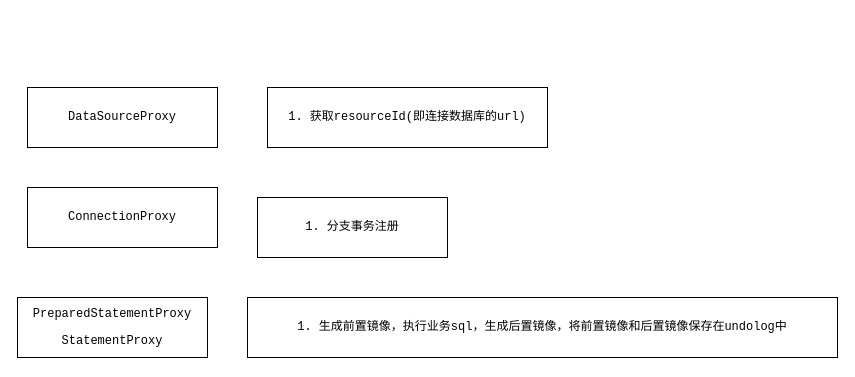
Earlier version of the draw.io diagram seata/数据源代理.drawio (erlieStar/diagrams). Source tidied: cells renumbered, new cells numbered last; positions are measured from the earlier drawing's top-left corner, leaving out a move shared by most shapes. Both pictures are drawn from the tidied source at 100%, with x=0, y=0 at pixel (17, 87).
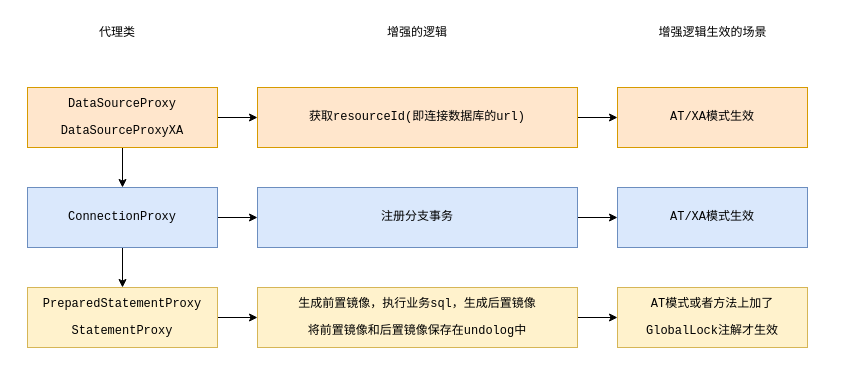
After the change.

Commit message:
Update 数据源代理.drawio

Change to the diagram source:
```diff
@@
+    <mxCell id="8" style="edgeStyle=orthogonalEdgeStyle;rounded=0;jettySize=auto;html=1;exitX=0.5;exitY=1;exitDx=0;exitDy=0;entryX=0.5;entryY=0;entryDx=0;entryDy=0;" parent="1" edge="1" source="2" target="3">
+      <mxGeometry relative="1" as="geometry" />
+    </mxCell>
+    <mxCell id="9" style="edgeStyle=orthogonalEdgeStyle;rounded=0;jettySize=auto;html=1;" parent="1" edge="1" source="2" target="5">
+      <mxGeometry relative="1" as="geometry" />
+    </mxCell>
-    <mxCell id="2" value="&lt;pre&gt;DataSourceProxy&lt;/pre&gt;" style="rounded=0;whiteSpace=wrap;html=1;" parent="1" vertex="1">
+    <mxCell id="2" value="&lt;pre&gt;DataSourceProxy&lt;/pre&gt;&lt;pre&gt;&lt;pre&gt;DataSourceProxyXA&lt;/pre&gt;&lt;/pre&gt;" style="rounded=0;whiteSpace=wrap;html=1;fillColor=#ffe6cc;strokeColor=#d79b00;" parent="1" vertex="1">
       <mxGeometry x="10" width="190" height="60" as="geometry" />
     </mxCell>
+    <mxCell id="10" style="edgeStyle=orthogonalEdgeStyle;rounded=0;jettySize=auto;html=1;exitX=0.5;exitY=1;exitDx=0;exitDy=0;entryX=0.5;entryY=0;entryDx=0;entryDy=0;" parent="1" edge="1" source="3" target="4">
+      <mxGeometry relative="1" as="geometry" />
+    </mxCell>
+    <mxCell id="11" style="edgeStyle=orthogonalEdgeStyle;rounded=0;jettySize=auto;html=1;" parent="1" edge="1" source="3" target="6">
+      <mxGeometry relative="1" as="geometry" />
+    </mxCell>
-    <mxCell id="3" value="&lt;pre&gt;&lt;pre&gt;ConnectionProxy&lt;/pre&gt;&lt;/pre&gt;" style="rounded=0;whiteSpace=wrap;html=1;" parent="1" vertex="1">
+    <mxCell id="3" value="&lt;pre&gt;&lt;pre&gt;ConnectionProxy&lt;/pre&gt;&lt;/pre&gt;" style="rounded=0;whiteSpace=wrap;html=1;fillColor=#dae8fc;strokeColor=#6c8ebf;" parent="1" vertex="1">
       <mxGeometry x="10" y="100" width="190" height="60" as="geometry" />
     </mxCell>
+    <mxCell id="12" style="edgeStyle=orthogonalEdgeStyle;rounded=0;jettySize=auto;html=1;" parent="1" edge="1" source="4" target="7">
+      <mxGeometry relative="1" as="geometry" />
+    </mxCell>
-    <mxCell id="4" value="&lt;pre&gt;&lt;pre&gt;&lt;pre&gt;PreparedStatementProxy&lt;/pre&gt;&lt;pre&gt;&lt;pre&gt;StatementProxy&lt;/pre&gt;&lt;/pre&gt;&lt;/pre&gt;&lt;/pre&gt;" style="rounded=0;whiteSpace=wrap;html=1;" parent="1" vertex="1">
-      <mxGeometry y="210" width="190" height="60" as="geometry" />
+    <mxCell id="4" value="&lt;pre&gt;&lt;pre&gt;&lt;pre&gt;PreparedStatementProxy&lt;/pre&gt;&lt;pre&gt;&lt;pre&gt;StatementProxy&lt;/pre&gt;&lt;/pre&gt;&lt;/pre&gt;&lt;/pre&gt;" style="rounded=0;whiteSpace=wrap;html=1;fillColor=#fff2cc;strokeColor=#d6b656;" parent="1" vertex="1">
+      <mxGeometry x="10" y="200" width="190" height="60" as="geometry" />
     </mxCell>
+    <mxCell id="13" style="edgeStyle=orthogonalEdgeStyle;rounded=0;jettySize=auto;html=1;exitX=1;exitY=0.5;exitDx=0;exitDy=0;entryX=0;entryY=0.5;entryDx=0;entryDy=0;" parent="1" edge="1" source="5" target="16">
+      <mxGeometry relative="1" as="geometry" />
+    </mxCell>
-    <mxCell id="5" value="&lt;pre&gt;1. 获取resourceId(即连接数据库的url)&lt;/pre&gt;" style="rounded=0;whiteSpace=wrap;html=1;" parent="1" vertex="1">
-      <mxGeometry x="250" width="280" height="60" as="geometry" />
+    <mxCell id="5" value="&lt;pre&gt;获取resourceId(即连接数据库的url)&lt;/pre&gt;" style="rounded=0;whiteSpace=wrap;html=1;fillColor=#ffe6cc;strokeColor=#d79b00;" parent="1" vertex="1">
+      <mxGeometry x="240" width="320" height="60" as="geometry" />
     </mxCell>
+    <mxCell id="14" style="edgeStyle=orthogonalEdgeStyle;rounded=0;jettySize=auto;html=1;" parent="1" edge="1" source="6" target="17">
+      <mxGeometry relative="1" as="geometry" />
+    </mxCell>
-    <mxCell id="6" value="&lt;pre&gt;1. 分支事务注册&lt;/pre&gt;" style="rounded=0;whiteSpace=wrap;html=1;" parent="1" vertex="1">
-      <mxGeometry x="240" y="110" width="190" height="60" as="geometry" />
+    <mxCell id="6" value="&lt;pre&gt;注册分支事务&lt;/pre&gt;" style="rounded=0;whiteSpace=wrap;html=1;fillColor=#dae8fc;strokeColor=#6c8ebf;" parent="1" vertex="1">
+      <mxGeometry x="240" y="100" width="320" height="60" as="geometry" />
     </mxCell>
+    <mxCell id="15" style="edgeStyle=orthogonalEdgeStyle;rounded=0;jettySize=auto;html=1;" parent="1" edge="1" source="7" target="18">
+      <mxGeometry relative="1" as="geometry" />
+    </mxCell>
-    <mxCell id="7" value="&lt;pre&gt;&lt;pre&gt;&lt;pre&gt;1. 生成前置镜像，执行业务sql，生成后置镜像，将前置镜像和后置镜像保存在undolog中&lt;/pre&gt;&lt;/pre&gt;&lt;/pre&gt;" style="rounded=0;whiteSpace=wrap;html=1;" parent="1" vertex="1">
-      <mxGeometry x="230" y="210" width="590" height="60" as="geometry" />
+    <mxCell id="7" value="&lt;pre&gt;&lt;pre&gt;&lt;pre&gt;生成前置镜像，执行业务sql，生成后置镜像&lt;/pre&gt;&lt;pre&gt;将前置镜像和后置镜像保存在undolog中&lt;/pre&gt;&lt;/pre&gt;&lt;/pre&gt;" style="rounded=0;whiteSpace=wrap;html=1;fillColor=#fff2cc;strokeColor=#d6b656;" parent="1" vertex="1">
+      <mxGeometry x="240" y="200" width="320" height="60" as="geometry" />
     </mxCell>
+    <mxCell id="16" value="&lt;pre&gt;AT/XA模式生效&lt;/pre&gt;" style="rounded=0;whiteSpace=wrap;html=1;fillColor=#ffe6cc;strokeColor=#d79b00;" parent="1" vertex="1">
+      <mxGeometry x="600" width="190" height="60" as="geometry" />
+    </mxCell>
+    <mxCell id="17" value="&lt;pre&gt;&lt;pre&gt;AT/XA模式生效&lt;/pre&gt;&lt;/pre&gt;" style="rounded=0;whiteSpace=wrap;html=1;fillColor=#dae8fc;strokeColor=#6c8ebf;" parent="1" vertex="1">
+      <mxGeometry x="600" y="100" width="190" height="60" as="geometry" />
+    </mxCell>
+    <mxCell id="18" value="&lt;pre&gt;&lt;pre&gt;&lt;pre&gt;AT模式或者方法上加了&lt;/pre&gt;&lt;pre&gt;&lt;pre&gt;GlobalLock注解才生效&lt;/pre&gt;&lt;/pre&gt;&lt;/pre&gt;&lt;/pre&gt;" style="rounded=0;whiteSpace=wrap;html=1;fillColor=#fff2cc;strokeColor=#d6b656;" parent="1" vertex="1">
+      <mxGeometry x="600" y="200" width="190" height="60" as="geometry" />
+    </mxCell>
+    <mxCell id="19" value="代理类" style="text;html=1;strokeColor=none;fillColor=none;align=center;verticalAlign=middle;whiteSpace=wrap;rounded=0;" parent="1" vertex="1">
+      <mxGeometry x="70" y="-70" width="60" height="30" as="geometry" />
+    </mxCell>
+    <mxCell id="20" value="增强的逻辑" style="text;html=1;strokeColor=none;fillColor=none;align=center;verticalAlign=middle;whiteSpace=wrap;rounded=0;" parent="1" vertex="1">
+      <mxGeometry x="360" y="-70" width="80" height="30" as="geometry" />
+    </mxCell>
+    <mxCell id="21" value="增强逻辑生效的场景" style="text;html=1;strokeColor=none;fillColor=none;align=center;verticalAlign=middle;whiteSpace=wrap;rounded=0;" parent="1" vertex="1">
+      <mxGeometry x="632.5" y="-70" width="125" height="30" as="geometry" />
+    </mxCell>
```
